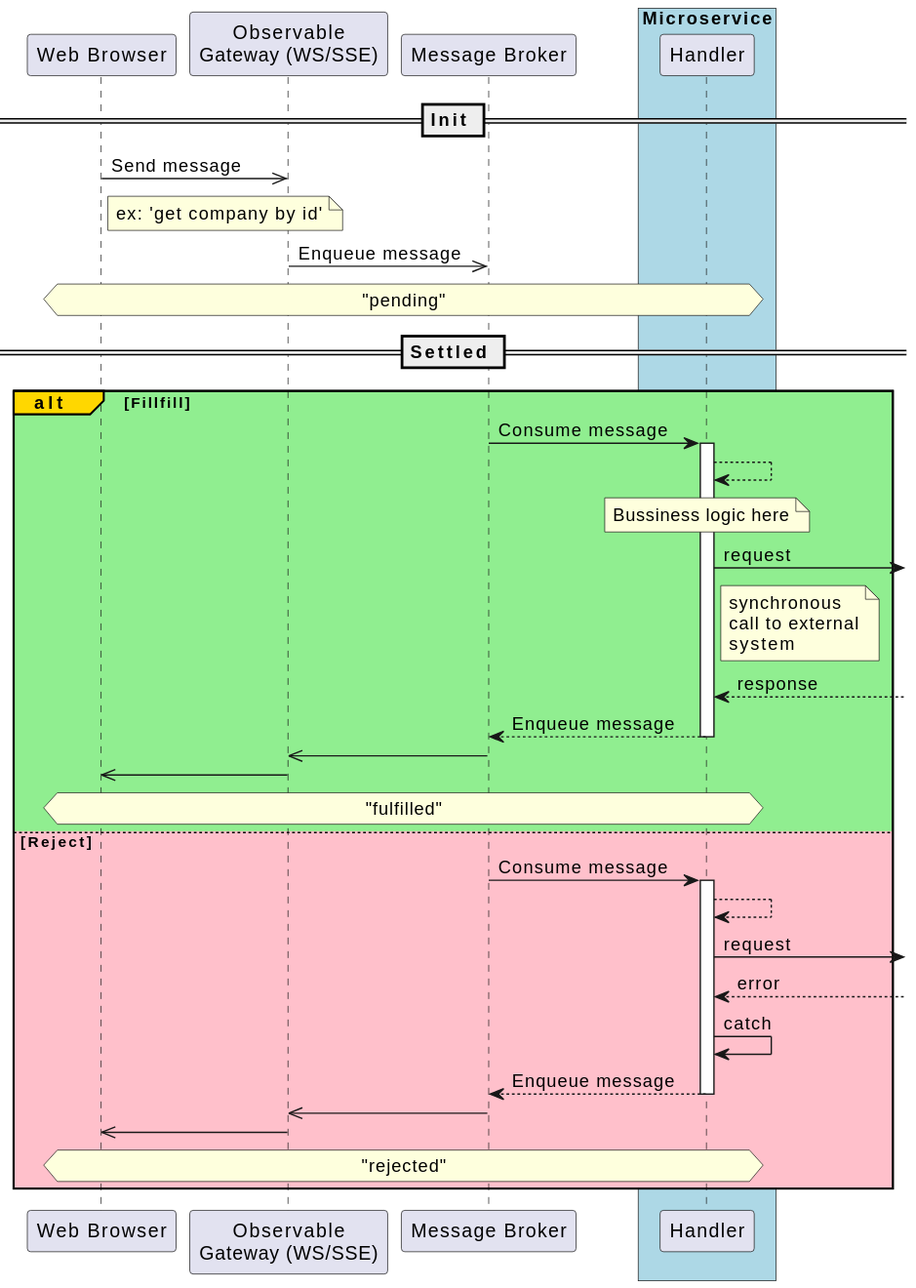
This is solution-design/distributed-promise/distributed-promise.svg from komanton/custodian, a PlantUML export, as it was before one commit.
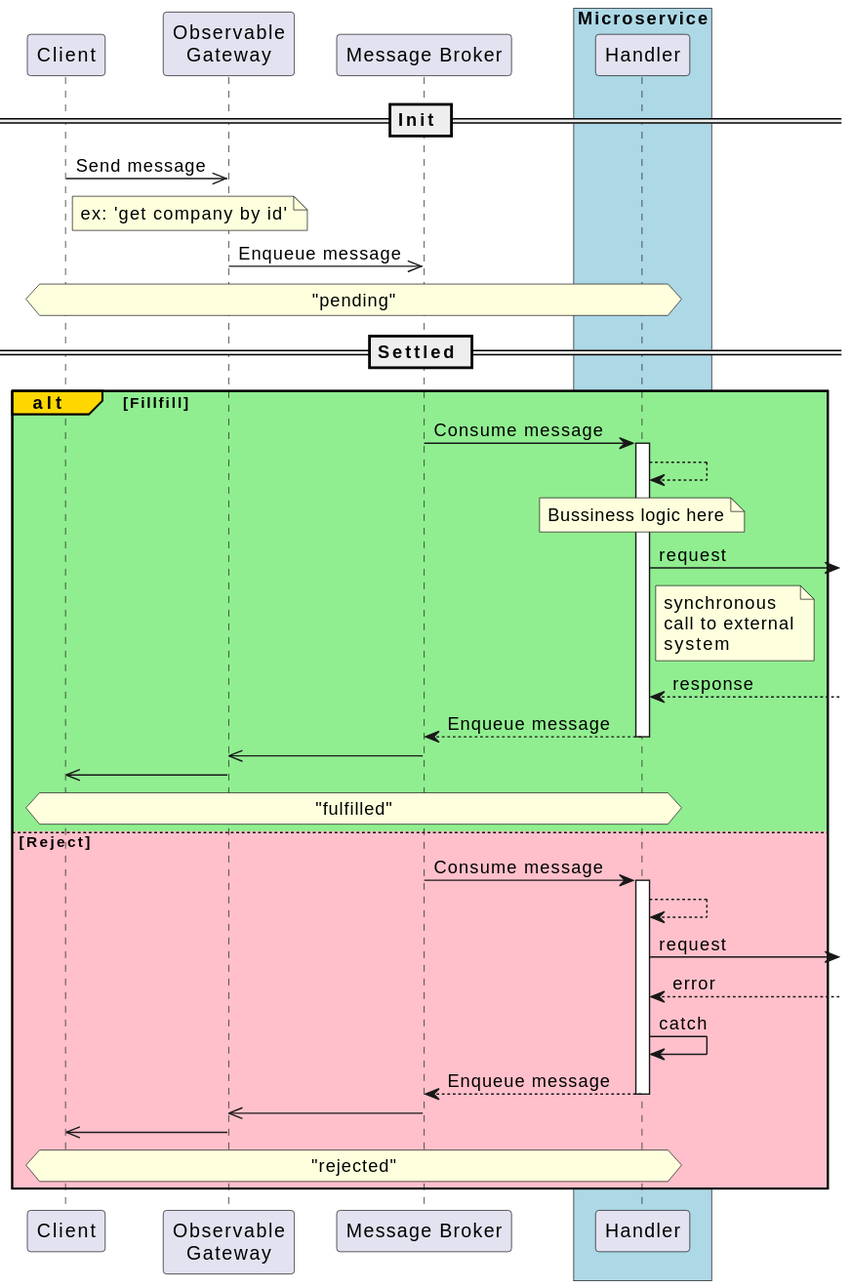
The same file after the commit.

Commit message:
WebBrower renamed to Client

What changed in the source:
```diff
@@ -1,6 +1,6 @@
 @startuml
-participant "Web Browser" as WebBrowser
-participant "Observable\nGateway (WS/SSE)" as Gateway
+participant "Client" as Client
+participant "Observable\nGateway" as Gateway
 participant "Message Broker" as MessageBus
 box "Microservice" #LightBlue
 participant "Handler" as Handler
@@ -8,8 +8,8 @@
 
 == Init ==
 
-WebBrowser  ->>  Gateway: Send message
-note right WebBrowser: ex: 'get company by id'
+Client->>  Gateway: Send message
+note right Client: ex: 'get company by id'
 Gateway ->> MessageBus: Enqueue message
 
 hnote across: "pending"
@@ -29,7 +29,7 @@
 MessageBus <-- Handler : Enqueue message
 deactivate Handler
 Gateway <<- MessageBus
-WebBrowser <<- Gateway
+Client<<- Gateway
 
 hnote across: "fulfilled"
 
@@ -45,7 +45,7 @@
 MessageBus <-- Handler : Enqueue message
 deactivate Handler
 Gateway <<- MessageBus
-WebBrowser <<- Gateway
+Client<<- Gateway
 
 hnote across: "rejected"
 
```
